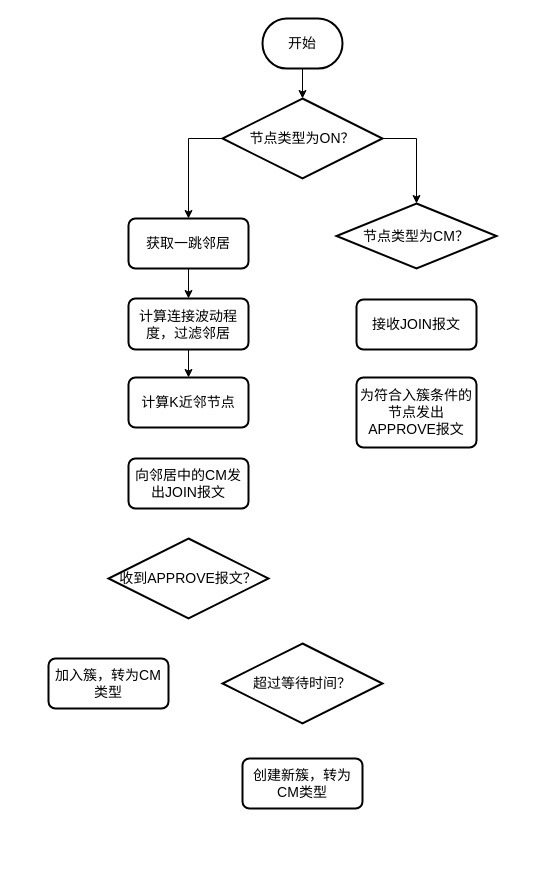
Above: cluster/SNNCA-FLOW.drawio in trevorHsu/draftChart (draw.io), before the change. Source tidied: cells renumbered, new cells numbered last; positions are measured from the earlier drawing's top-left corner, leaving out a move shared by most shapes. Both pictures are drawn from the tidied source at 100%, with x=0, y=0 at pixel (48, 18).
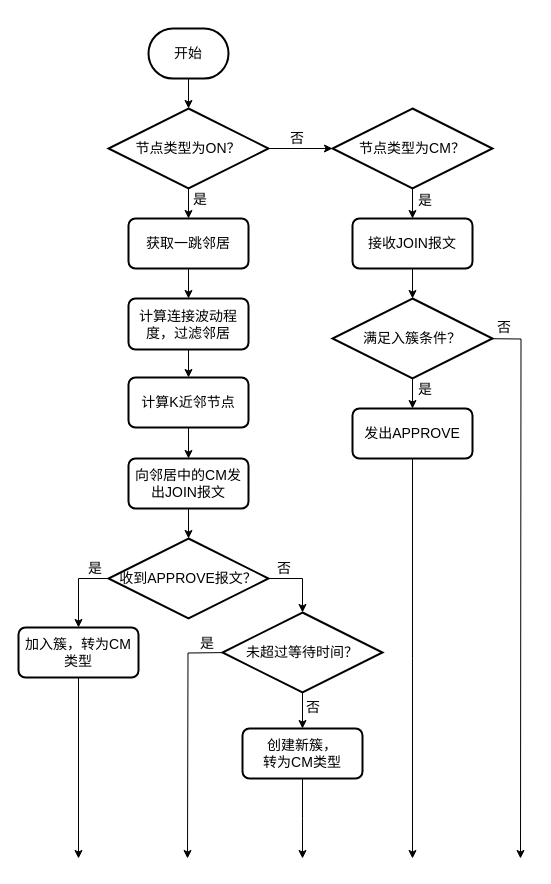
The same page after the edit.

Unchanged cells that the change refers to:
```xml
<mxCell id="3" value="获取一跳邻居" style="rounded=1;whiteSpace=wrap;html=1;absoluteArcSize=1;arcSize=14;strokeWidth=2;fontSize=14;" parent="1" vertex="1">
  <mxGeometry x="80" y="200" width="120" height="50" as="geometry" />
</mxCell>
<mxCell id="12" value="计算K近邻节点" style="rounded=1;whiteSpace=wrap;html=1;absoluteArcSize=1;arcSize=14;strokeWidth=2;fontSize=14;" parent="1" vertex="1">
  <mxGeometry x="80" y="359" width="120" height="50" as="geometry" />
</mxCell>
<mxCell id="13" value="向邻居中的CM发出JOIN报文" style="rounded=1;whiteSpace=wrap;html=1;absoluteArcSize=1;arcSize=14;strokeWidth=2;fontSize=14;" parent="1" vertex="1">
  <mxGeometry x="80" y="440" width="120" height="50" as="geometry" />
</mxCell>
<mxCell id="14" value="收到APPROVE报文？" style="strokeWidth=2;html=1;shape=mxgraph.flowchart.decision;whiteSpace=wrap;fontSize=14;" parent="1" vertex="1">
  <mxGeometry x="60" y="520" width="160" height="80" as="geometry" />
</mxCell>
```

The edit, as a diff of the source:
```diff
@@
-    <mxCell id="4" style="edgeStyle=orthogonalEdgeStyle;rounded=0;jettySize=auto;html=1;exitX=0;exitY=0.5;exitDx=0;exitDy=0;exitPerimeter=0;entryX=0.5;entryY=0;entryDx=0;entryDy=0;fontSize=14;" parent="1" edge="1" source="6" target="3">
+    <mxCell id="4" style="edgeStyle=orthogonalEdgeStyle;rounded=0;jettySize=auto;html=1;exitX=0.5;exitY=1;exitDx=0;exitDy=0;exitPerimeter=0;entryX=0.5;entryY=0;entryDx=0;entryDy=0;fontSize=14;" parent="1" edge="1" source="6" target="3">
       <mxGeometry relative="1" as="geometry" />
     </mxCell>
-    <mxCell id="5" style="edgeStyle=orthogonalEdgeStyle;rounded=0;jettySize=auto;html=1;exitX=1;exitY=0.5;exitDx=0;exitDy=0;exitPerimeter=0;entryX=0.5;entryY=0;entryDx=0;entryDy=0;entryPerimeter=0;fontSize=14;" parent="1" edge="1" source="6" target="7">
+    <mxCell id="5" style="edgeStyle=orthogonalEdgeStyle;rounded=0;jettySize=auto;html=1;exitX=1;exitY=0.5;exitDx=0;exitDy=0;exitPerimeter=0;entryX=0;entryY=0.5;entryDx=0;entryDy=0;entryPerimeter=0;fontSize=14;" parent="1" edge="1" source="6" target="7">
       <mxGeometry relative="1" as="geometry" />
     </mxCell>
     <mxCell id="6" value="节点类型为ON？" style="strokeWidth=2;html=1;shape=mxgraph.flowchart.decision;whiteSpace=wrap;fontSize=14;" parent="1" vertex="1">
-      <mxGeometry x="174" y="80" width="160" height="80" as="geometry" />
+      <mxGeometry x="60" y="90" width="160" height="80" as="geometry" />
     </mxCell>
-    <mxCell id="7" value="节点类型为CM？" style="strokeWidth=2;html=1;shape=mxgraph.flowchart.decision;whiteSpace=wrap;fontSize=14;" parent="1" vertex="1">
-      <mxGeometry x="288" y="185" width="160" height="65" as="geometry" />
-    </mxCell>
@@
     <mxCell id="9" value="开始" style="strokeWidth=2;html=1;shape=mxgraph.flowchart.terminator;whiteSpace=wrap;fontSize=14;" parent="1" vertex="1">
-      <mxGeometry x="214" width="80" height="50" as="geometry" />
+      <mxGeometry x="100" y="10" width="80" height="50" as="geometry" />
     </mxCell>
@@
+    <mxCell id="20" style="edgeStyle=orthogonalEdgeStyle;rounded=0;jettySize=auto;html=1;exitX=0.5;exitY=1;exitDx=0;exitDy=0;entryX=0.5;entryY=0;entryDx=0;entryDy=0;fontSize=14;" parent="1" edge="1" source="12" target="13">
+      <mxGeometry relative="1" as="geometry" />
+    </mxCell>
@@
+    <mxCell id="21" style="edgeStyle=orthogonalEdgeStyle;rounded=0;jettySize=auto;html=1;exitX=0.5;exitY=1;exitDx=0;exitDy=0;entryX=0.5;entryY=0;entryDx=0;entryDy=0;entryPerimeter=0;fontSize=14;" parent="1" edge="1" source="13" target="14">
+      <mxGeometry relative="1" as="geometry" />
+    </mxCell>
@@
+    <mxCell id="22" style="edgeStyle=orthogonalEdgeStyle;rounded=0;jettySize=auto;html=1;exitX=0;exitY=0.5;exitDx=0;exitDy=0;exitPerimeter=0;entryX=0.5;entryY=0;entryDx=0;entryDy=0;fontSize=14;" parent="1" edge="1" source="14" target="15">
+      <mxGeometry relative="1" as="geometry" />
+    </mxCell>
+    <mxCell id="23" style="edgeStyle=orthogonalEdgeStyle;rounded=0;jettySize=auto;html=1;exitX=1;exitY=0.5;exitDx=0;exitDy=0;exitPerimeter=0;entryX=0.5;entryY=0;entryDx=0;entryDy=0;entryPerimeter=0;fontSize=14;" parent="1" edge="1" source="14" target="16">
+      <mxGeometry relative="1" as="geometry" />
+    </mxCell>
@@
+    <mxCell id="24" style="edgeStyle=orthogonalEdgeStyle;rounded=0;jettySize=auto;html=1;exitX=0.5;exitY=1;exitDx=0;exitDy=0;fontSize=14;" parent="1" edge="1" source="15">
+      <mxGeometry relative="1" as="geometry">
+        <mxPoint x="30" y="840" as="targetPoint" />
+      </mxGeometry>
+    </mxCell>
     <mxCell id="15" value="加入簇，转为CM类型" style="rounded=1;whiteSpace=wrap;html=1;absoluteArcSize=1;arcSize=14;strokeWidth=2;fontSize=14;" parent="1" vertex="1">
-      <mxGeometry y="640" width="120" height="50" as="geometry" />
+      <mxGeometry x="-30" y="609" width="120" height="50" as="geometry" />
     </mxCell>
+    <mxCell id="25" style="edgeStyle=orthogonalEdgeStyle;rounded=0;jettySize=auto;html=1;exitX=0.5;exitY=1;exitDx=0;exitDy=0;exitPerimeter=0;entryX=0.5;entryY=0;entryDx=0;entryDy=0;fontSize=14;" parent="1" edge="1" source="16" target="17">
+      <mxGeometry relative="1" as="geometry" />
+    </mxCell>
+    <mxCell id="26" style="edgeStyle=orthogonalEdgeStyle;rounded=0;orthogonalLoop=1;jettySize=auto;html=1;exitX=0;exitY=0.5;exitDx=0;exitDy=0;exitPerimeter=0;fontSize=14;" parent="1" edge="1">
+      <mxGeometry relative="1" as="geometry">
+        <mxPoint x="183" y="634" as="sourcePoint" />
+        <mxPoint x="139" y="840" as="targetPoint" />
+      </mxGeometry>
+    </mxCell>
-    <mxCell id="16" value="超过等待时间？" style="strokeWidth=2;html=1;shape=mxgraph.flowchart.decision;whiteSpace=wrap;fontSize=14;" parent="1" vertex="1">
-      <mxGeometry x="174" y="625" width="160" height="80" as="geometry" />
+    <mxCell id="16" value="未超过等待时间？" style="strokeWidth=2;html=1;shape=mxgraph.flowchart.decision;whiteSpace=wrap;fontSize=14;" parent="1" vertex="1">
+      <mxGeometry x="174" y="594" width="160" height="80" as="geometry" />
     </mxCell>
+    <mxCell id="27" style="edgeStyle=orthogonalEdgeStyle;rounded=0;jettySize=auto;html=1;exitX=0.5;exitY=1;exitDx=0;exitDy=0;fontSize=14;" parent="1" edge="1" source="17">
+      <mxGeometry relative="1" as="geometry">
+        <mxPoint x="254" y="840" as="targetPoint" />
+      </mxGeometry>
+    </mxCell>
-    <mxCell id="17" value="创建新簇，转为CM类型" style="rounded=1;whiteSpace=wrap;html=1;absoluteArcSize=1;arcSize=14;strokeWidth=2;fontSize=14;" parent="1" vertex="1">
-      <mxGeometry x="194" y="740" width="120" height="50" as="geometry" />
+    <mxCell id="17" value="创建新簇，&lt;br&gt;转为CM类型" style="rounded=1;whiteSpace=wrap;html=1;absoluteArcSize=1;arcSize=14;strokeWidth=2;fontSize=14;" parent="1" vertex="1">
+      <mxGeometry x="194" y="710" width="120" height="50" as="geometry" />
     </mxCell>
+    <mxCell id="28" style="edgeStyle=orthogonalEdgeStyle;rounded=0;jettySize=auto;html=1;exitX=0.5;exitY=1;exitDx=0;exitDy=0;entryX=0.5;entryY=0;entryDx=0;entryDy=0;entryPerimeter=0;fontSize=14;" parent="1" edge="1" source="18" target="34">
+      <mxGeometry relative="1" as="geometry" />
+    </mxCell>
     <mxCell id="18" value="接收JOIN报文" style="rounded=1;whiteSpace=wrap;html=1;absoluteArcSize=1;arcSize=14;strokeWidth=2;fontSize=14;" parent="1" vertex="1">
-      <mxGeometry x="308" y="281" width="120" height="50" as="geometry" />
+      <mxGeometry x="304" y="200" width="120" height="50" as="geometry" />
     </mxCell>
-    <mxCell id="19" value="为符合入簇条件的节点发出APPROVE报文" style="rounded=1;whiteSpace=wrap;html=1;absoluteArcSize=1;arcSize=14;strokeWidth=2;fontSize=14;" parent="1" vertex="1">
-      <mxGeometry x="308" y="359" width="120" height="70" as="geometry" />
-    </mxCell>
+    <mxCell id="29" style="edgeStyle=orthogonalEdgeStyle;rounded=0;jettySize=auto;html=1;exitX=0.5;exitY=1;exitDx=0;exitDy=0;fontSize=14;" parent="1" edge="1" source="30">
+      <mxGeometry relative="1" as="geometry">
+        <mxPoint x="364" y="840" as="targetPoint" />
+      </mxGeometry>
+    </mxCell>
+    <mxCell id="30" value="发出APPROVE" style="rounded=1;whiteSpace=wrap;html=1;absoluteArcSize=1;arcSize=14;strokeWidth=2;fontSize=14;" parent="1" vertex="1">
+      <mxGeometry x="304" y="390" width="120" height="50" as="geometry" />
+    </mxCell>
+    <mxCell id="31" style="edgeStyle=orthogonalEdgeStyle;rounded=0;jettySize=auto;html=1;exitX=0.5;exitY=1;exitDx=0;exitDy=0;exitPerimeter=0;entryX=0.5;entryY=0;entryDx=0;entryDy=0;fontSize=14;" parent="1" edge="1" source="7" target="18">
+      <mxGeometry relative="1" as="geometry" />
+    </mxCell>
+    <mxCell id="7" value="节点类型为CM？" style="strokeWidth=2;html=1;shape=mxgraph.flowchart.decision;whiteSpace=wrap;fontSize=14;" parent="1" vertex="1">
+      <mxGeometry x="284" y="90" width="160" height="80" as="geometry" />
+    </mxCell>
+    <mxCell id="32" style="edgeStyle=orthogonalEdgeStyle;rounded=0;jettySize=auto;html=1;exitX=0.5;exitY=1;exitDx=0;exitDy=0;exitPerimeter=0;entryX=0.5;entryY=0;entryDx=0;entryDy=0;fontSize=14;" parent="1" edge="1" source="34" target="30">
+      <mxGeometry relative="1" as="geometry" />
+    </mxCell>
+    <mxCell id="33" style="edgeStyle=orthogonalEdgeStyle;rounded=0;orthogonalLoop=1;jettySize=auto;html=1;exitX=1;exitY=0.5;exitDx=0;exitDy=0;exitPerimeter=0;fontSize=14;" parent="1" edge="1">
+      <mxGeometry relative="1" as="geometry">
+        <mxPoint x="422" y="320" as="sourcePoint" />
+        <mxPoint x="472" y="840" as="targetPoint" />
+      </mxGeometry>
+    </mxCell>
+    <mxCell id="34" value="满足入簇条件？" style="strokeWidth=2;html=1;shape=mxgraph.flowchart.decision;whiteSpace=wrap;fontSize=14;" parent="1" vertex="1">
+      <mxGeometry x="284" y="280" width="160" height="80" as="geometry" />
+    </mxCell>
+    <mxCell id="35" value="是" style="text;strokeColor=none;align=center;fillColor=none;html=1;verticalAlign=middle;whiteSpace=wrap;rounded=0;fontSize=14;" parent="1" vertex="1">
+      <mxGeometry x="17" y="535" width="60" height="30" as="geometry" />
+    </mxCell>
+    <mxCell id="36" value="否" style="text;strokeColor=none;align=center;fillColor=none;html=1;verticalAlign=middle;whiteSpace=wrap;rounded=0;fontSize=14;" parent="1" vertex="1">
+      <mxGeometry x="206" y="535" width="60" height="30" as="geometry" />
+    </mxCell>
+    <mxCell id="37" value="是" style="text;strokeColor=none;align=center;fillColor=none;html=1;verticalAlign=middle;whiteSpace=wrap;rounded=0;fontSize=14;" parent="1" vertex="1">
+      <mxGeometry x="129" y="610" width="60" height="30" as="geometry" />
+    </mxCell>
+    <mxCell id="38" value="否" style="text;strokeColor=none;align=center;fillColor=none;html=1;verticalAlign=middle;whiteSpace=wrap;rounded=0;fontSize=14;" parent="1" vertex="1">
+      <mxGeometry x="235" y="674" width="60" height="30" as="geometry" />
+    </mxCell>
+    <mxCell id="39" value="是" style="text;strokeColor=none;align=center;fillColor=none;html=1;verticalAlign=middle;whiteSpace=wrap;rounded=0;fontSize=14;" parent="1" vertex="1">
+      <mxGeometry x="122" y="166" width="60" height="30" as="geometry" />
+    </mxCell>
+    <mxCell id="40" value="否" style="text;strokeColor=none;align=center;fillColor=none;html=1;verticalAlign=middle;whiteSpace=wrap;rounded=0;fontSize=14;" parent="1" vertex="1">
+      <mxGeometry x="219" y="105" width="60" height="30" as="geometry" />
+    </mxCell>
+    <mxCell id="41" value="否" style="text;strokeColor=none;align=center;fillColor=none;html=1;verticalAlign=middle;whiteSpace=wrap;rounded=0;fontSize=14;" parent="1" vertex="1">
+      <mxGeometry x="426" y="293.5" width="60" height="30" as="geometry" />
+    </mxCell>
+    <mxCell id="42" value="是" style="text;strokeColor=none;align=center;fillColor=none;html=1;verticalAlign=middle;whiteSpace=wrap;rounded=0;fontSize=14;" parent="1" vertex="1">
+      <mxGeometry x="347" y="356" width="60" height="30" as="geometry" />
+    </mxCell>
+    <mxCell id="43" value="是" style="text;strokeColor=none;align=center;fillColor=none;html=1;verticalAlign=middle;whiteSpace=wrap;rounded=0;fontSize=14;" parent="1" vertex="1">
+      <mxGeometry x="347" y="167" width="60" height="30" as="geometry" />
+    </mxCell>
```
